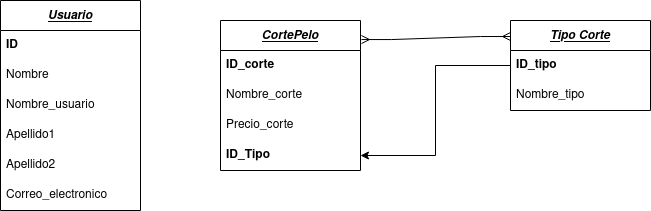
Earlier version of the draw.io export doc/entidad_relacion/DrawIO/Entidad-Relacion.png (Jorgeev27/Servicio-Peluqueria). Source tidied: cells renumbered, new cells last; positions are measured from the earlier drawing's top-left corner, leaving out a move shared by most shapes.
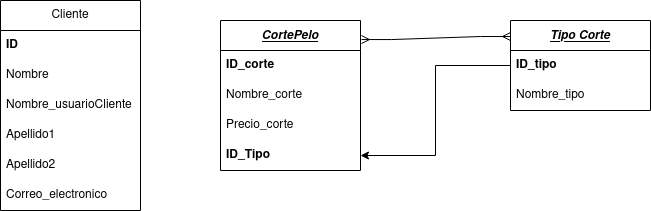
The same file after the commit.

What changed in the source:
```diff
@@ -17,7 +17,7 @@
     <mxCell id="6" value="&lt;b&gt;ID_Tipo&lt;/b&gt;" style="text;strokeColor=none;fillColor=none;align=left;verticalAlign=middle;spacingLeft=4;spacingRight=4;overflow=hidden;points=[[0,0.5],[1,0.5]];portConstraint=eastwest;whiteSpace=wrap;html=1;" parent="2" vertex="1">
       <mxGeometry y="120" width="140" height="30" as="geometry" />
     </mxCell>
-    <mxCell id="7" value="&lt;u&gt;&lt;i&gt;&lt;b&gt;Usuario&lt;/b&gt;&lt;/i&gt;&lt;/u&gt;" style="swimlane;fontStyle=0;horizontal=1;startSize=30;whiteSpace=wrap;html=1;" parent="1" vertex="1">
+    <mxCell id="7" value="Cliente" style="swimlane;fontStyle=0;horizontal=1;startSize=30;whiteSpace=wrap;html=1;" parent="1" vertex="1">
       <mxGeometry width="140" height="210" as="geometry" />
     </mxCell>
     <mxCell id="8" value="&lt;b&gt;ID&lt;/b&gt;" style="text;strokeColor=none;fillColor=none;align=left;verticalAlign=middle;spacingLeft=4;spacingRight=4;overflow=hidden;whiteSpace=wrap;html=1;" parent="7" vertex="1">
@@ -26,7 +26,7 @@
     <mxCell id="9" value="Nombre" style="text;strokeColor=none;fillColor=none;align=left;verticalAlign=middle;spacingLeft=4;spacingRight=4;overflow=hidden;whiteSpace=wrap;html=1;" parent="7" vertex="1">
       <mxGeometry y="60" width="140" height="30" as="geometry" />
     </mxCell>
-    <mxCell id="10" value="Nombre_usuario" style="text;strokeColor=none;fillColor=none;align=left;verticalAlign=middle;spacingLeft=4;spacingRight=4;overflow=hidden;whiteSpace=wrap;html=1;" parent="7" vertex="1">
+    <mxCell id="10" value="Nombre_usuarioCliente" style="text;strokeColor=none;fillColor=none;align=left;verticalAlign=middle;spacingLeft=4;spacingRight=4;overflow=hidden;whiteSpace=wrap;html=1;" parent="7" vertex="1">
       <mxGeometry y="90" width="140" height="30" as="geometry" />
     </mxCell>
     <mxCell id="11" value="Apellido1" style="text;strokeColor=none;fillColor=none;align=left;verticalAlign=middle;spacingLeft=4;spacingRight=4;overflow=hidden;whiteSpace=wrap;html=1;" parent="7" vertex="1">
```
